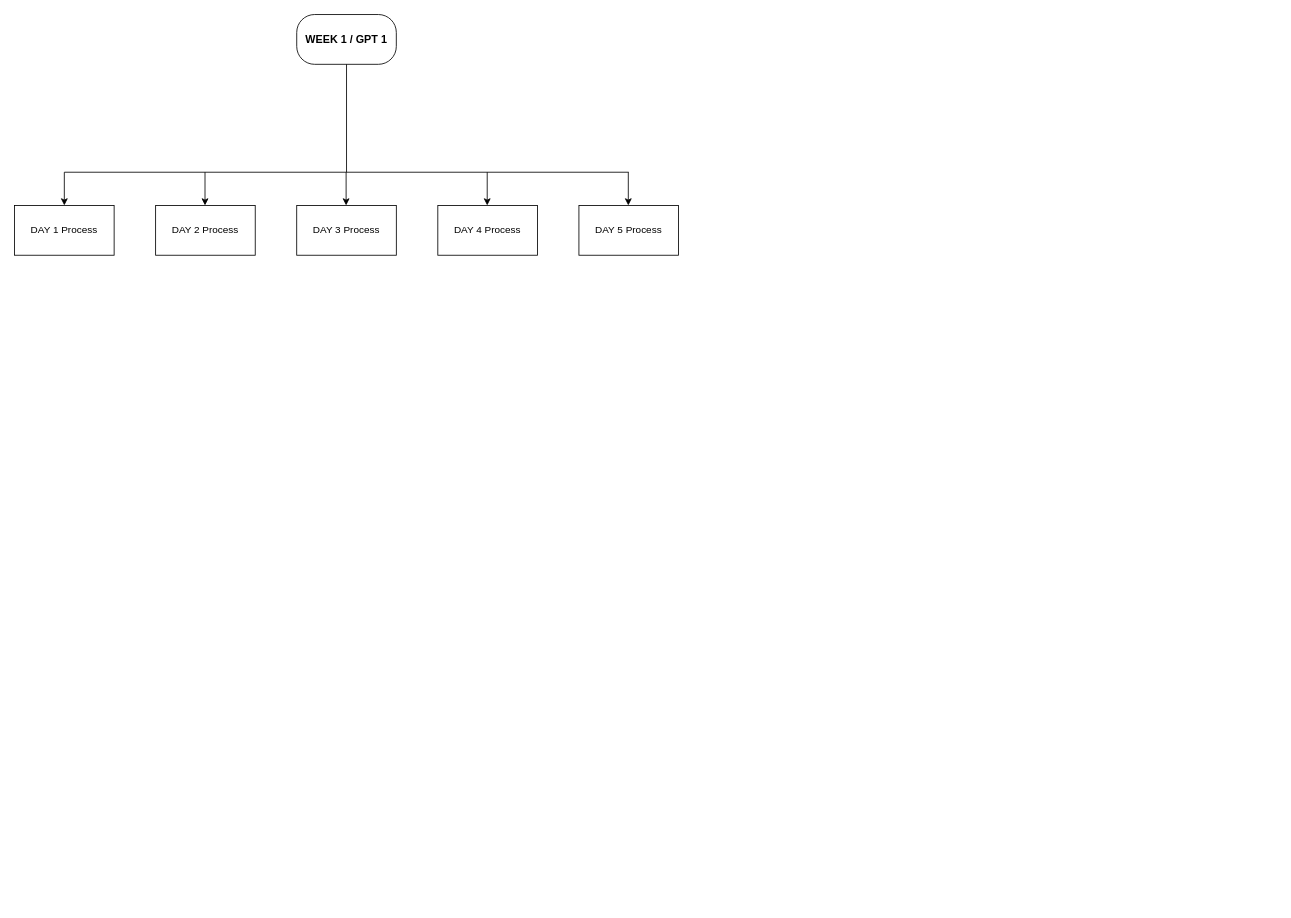
The draw.io diagram Rajesh workflow.drawio in alexander01202/flowcharts, before the edit. Source tidied: cells renumbered, new cells numbered last; positions are measured from the earlier drawing's top-left corner, leaving out a move shared by most shapes. Both pictures are drawn from the tidied source at 83%, with x=0, y=0 at pixel (14, 14).
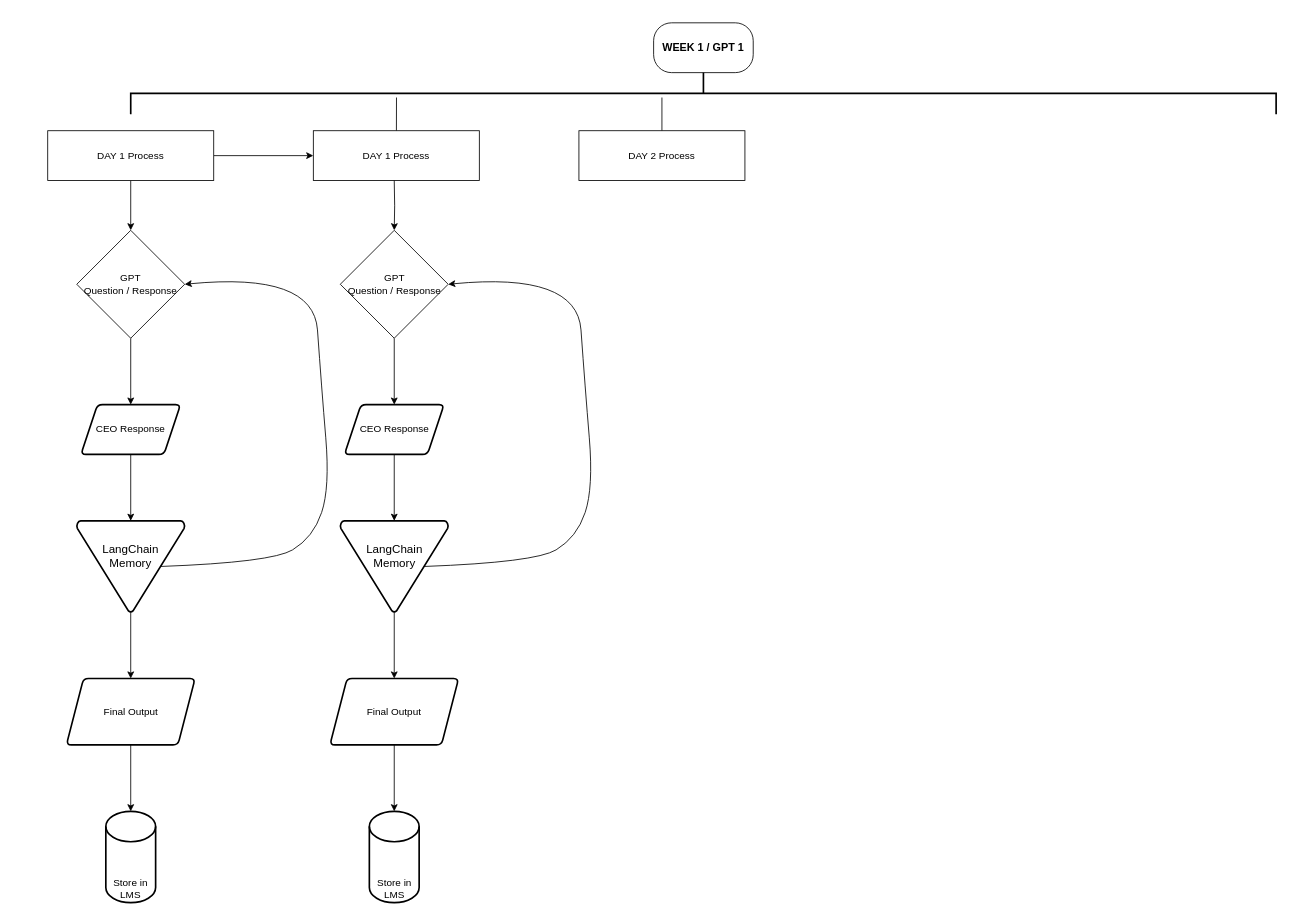
After the change.

Change to the diagram source:
```diff
@@
     <mxCell id="2" value="&lt;font style=&quot;font-size: 13px;&quot;&gt;&lt;b&gt;WEEK 1 / GPT 1&lt;/b&gt;&lt;/font&gt;" style="rounded=1;whiteSpace=wrap;html=1;arcSize=36;" parent="1" vertex="1">
-      <mxGeometry x="340" width="120" height="60" as="geometry" />
+      <mxGeometry x="770" y="10" width="120" height="60" as="geometry" />
     </mxCell>
+    <mxCell id="15" style="edgeStyle=orthogonalEdgeStyle;rounded=0;jettySize=auto;html=1;" parent="1" edge="1" source="3" target="18">
+      <mxGeometry relative="1" as="geometry" />
+    </mxCell>
+    <mxCell id="16" style="edgeStyle=orthogonalEdgeStyle;rounded=0;jettySize=auto;html=1;" parent="1" edge="1" source="3" target="30">
+      <mxGeometry relative="1" as="geometry" />
+    </mxCell>
     <mxCell id="3" value="DAY 1 Process" style="rounded=0;whiteSpace=wrap;html=1;" parent="1" vertex="1">
-      <mxGeometry y="230" width="120" height="60" as="geometry" />
+      <mxGeometry x="40" y="140" width="200" height="60" as="geometry" />
     </mxCell>
-    <mxCell id="4" style="endArrow=none;html=1;rounded=0;" parent="1" edge="1">
-      <mxGeometry relative="1" as="geometry">
-        <mxPoint x="60" y="190" as="sourcePoint" />
-        <mxPoint x="740" y="190" as="targetPoint" />
-      </mxGeometry>
-    </mxCell>
-    <mxCell id="5" style="endArrow=classic;html=1;rounded=0;entryX=0.5;entryY=0;entryDx=0;entryDy=0;" parent="1" edge="1" target="3">
-      <mxGeometry relative="1" as="geometry">
-        <mxPoint x="60" y="190" as="sourcePoint" />
-      </mxGeometry>
-    </mxCell>
-    <mxCell id="6" style="endArrow=classic;html=1;rounded=0;" parent="1" edge="1">
-      <mxGeometry relative="1" as="geometry">
-        <mxPoint x="229.5" y="190" as="sourcePoint" />
-        <mxPoint x="229.5" y="230" as="targetPoint" />
-      </mxGeometry>
-    </mxCell>
+    <mxCell id="17" style="edgeStyle=orthogonalEdgeStyle;rounded=0;jettySize=auto;html=1;" parent="1" edge="1" source="18" target="19">
+      <mxGeometry relative="1" as="geometry" />
+    </mxCell>
+    <mxCell id="18" value="GPT&lt;br&gt;Question / Response" style="rhombus;whiteSpace=wrap;html=1;rounded=0;" parent="1" vertex="1">
+      <mxGeometry x="75" y="260" width="130" height="130" as="geometry" />
+    </mxCell>
+    <mxCell id="19" value="CEO Response" style="shape=parallelogram;whiteSpace=wrap;html=1;fixedSize=1;rounded=1;strokeWidth=2;perimeter=parallelogramPerimeter;arcSize=12;size=20;" parent="1" vertex="1">
+      <mxGeometry x="80" y="470" width="120" height="60" as="geometry" />
+    </mxCell>
+    <mxCell id="20" style="edgeStyle=orthogonalEdgeStyle;rounded=0;jettySize=auto;html=1;" parent="1" edge="1" source="19" target="22">
+      <mxGeometry relative="1" as="geometry" />
+    </mxCell>
+    <mxCell id="21" style="edgeStyle=orthogonalEdgeStyle;rounded=0;jettySize=auto;html=1;" parent="1" edge="1" source="22" target="25">
+      <mxGeometry relative="1" as="geometry" />
+    </mxCell>
+    <mxCell id="22" value="&lt;font style=&quot;font-size: 14px;&quot;&gt;LangChain&lt;br&gt;Memory&lt;/font&gt;" style="strokeWidth=2;html=1;shape=mxgraph.flowchart.merge_or_storage;whiteSpace=wrap;verticalAlign=middle;spacingBottom=26;" parent="1" vertex="1">
+      <mxGeometry x="75" y="610" width="130" height="110" as="geometry" />
+    </mxCell>
+    <mxCell id="23" style="curved=1;endArrow=classic;html=1;rounded=0;exitX=0.777;exitY=0.5;exitDx=0;exitDy=0;exitPerimeter=0;entryX=1;entryY=0.5;entryDx=0;entryDy=0;" parent="1" edge="1" source="22" target="18">
+      <mxGeometry relative="1" as="geometry">
+        <Array as="points">
+          <mxPoint x="310" y="660" />
+          <mxPoint x="360" y="630" />
+          <mxPoint x="380" y="570" />
+          <mxPoint x="370" y="450" />
+          <mxPoint x="360" y="310" />
+        </Array>
+      </mxGeometry>
+    </mxCell>
+    <mxCell id="24" style="edgeStyle=orthogonalEdgeStyle;rounded=0;jettySize=auto;html=1;" parent="1" edge="1" source="25" target="26">
+      <mxGeometry relative="1" as="geometry" />
+    </mxCell>
+    <mxCell id="25" value="Final Output" style="shape=parallelogram;html=1;strokeWidth=2;perimeter=parallelogramPerimeter;whiteSpace=wrap;rounded=1;arcSize=12;size=0.13306451612903225;" parent="1" vertex="1">
+      <mxGeometry x="62.5" y="800" width="155" height="80" as="geometry" />
+    </mxCell>
+    <mxCell id="26" value="Store in LMS" style="strokeWidth=2;html=1;shape=mxgraph.flowchart.database;whiteSpace=wrap;verticalAlign=bottom;" parent="1" vertex="1">
+      <mxGeometry x="110" y="960" width="60" height="110" as="geometry" />
+    </mxCell>
+    <mxCell id="27" style="endArrow=none;html=1;rounded=0;entryX=0.6;entryY=0.768;entryDx=0;entryDy=0;entryPerimeter=0;" parent="1" edge="1">
+      <mxGeometry relative="1" as="geometry">
+        <mxPoint x="460.1" y="140" as="sourcePoint" />
+        <mxPoint x="460.2" y="100" as="targetPoint" />
+      </mxGeometry>
+    </mxCell>
+    <mxCell id="28" style="endArrow=none;html=1;rounded=0;entryX=0.6;entryY=0.768;entryDx=0;entryDy=0;entryPerimeter=0;" parent="1" edge="1" source="7">
+      <mxGeometry relative="1" as="geometry">
+        <mxPoint x="780" y="100" as="targetPoint" />
+      </mxGeometry>
+    </mxCell>
     <mxCell id="7" value="DAY 2 Process" style="rounded=0;whiteSpace=wrap;html=1;" parent="1" vertex="1">
-      <mxGeometry x="170" y="230" width="120" height="60" as="geometry" />
+      <mxGeometry x="680" y="140" width="200" height="60" as="geometry" />
     </mxCell>
-    <mxCell id="8" style="endArrow=classic;html=1;rounded=0;" parent="1" edge="1">
-      <mxGeometry relative="1" as="geometry">
-        <mxPoint x="399.5" y="190" as="sourcePoint" />
-        <mxPoint x="399.5" y="230" as="targetPoint" />
-      </mxGeometry>
-    </mxCell>
-    <mxCell id="9" value="DAY 3 Process" style="rounded=0;whiteSpace=wrap;html=1;" parent="1" vertex="1">
-      <mxGeometry x="340" y="230" width="120" height="60" as="geometry" />
-    </mxCell>
-    <mxCell id="10" style="endArrow=classic;html=1;rounded=0;" parent="1" edge="1">
-      <mxGeometry relative="1" as="geometry">
-        <mxPoint x="569.5" y="190" as="sourcePoint" />
-        <mxPoint x="569.5" y="230" as="targetPoint" />
-      </mxGeometry>
-    </mxCell>
-    <mxCell id="11" value="DAY 4 Process" style="rounded=0;whiteSpace=wrap;html=1;" parent="1" vertex="1">
-      <mxGeometry x="510" y="230" width="120" height="60" as="geometry" />
-    </mxCell>
-    <mxCell id="12" style="endArrow=classic;html=1;rounded=0;" parent="1" edge="1">
-      <mxGeometry relative="1" as="geometry">
-        <mxPoint x="739.5" y="190" as="sourcePoint" />
-        <mxPoint x="739.5" y="230" as="targetPoint" />
-      </mxGeometry>
-    </mxCell>
-    <mxCell id="13" value="DAY 5 Process" style="rounded=0;whiteSpace=wrap;html=1;" parent="1" vertex="1">
-      <mxGeometry x="680" y="230" width="120" height="60" as="geometry" />
-    </mxCell>
-    <mxCell id="14" style="endArrow=none;html=1;rounded=0;entryX=0.5;entryY=1;entryDx=0;entryDy=0;" parent="1" edge="1" target="2">
-      <mxGeometry relative="1" as="geometry">
-        <mxPoint x="400" y="190" as="sourcePoint" />
-      </mxGeometry>
-    </mxCell>
+    <mxCell id="29" style="strokeWidth=2;html=1;shape=mxgraph.flowchart.annotation_2;align=left;labelPosition=right;direction=south;" parent="1" vertex="1">
+      <mxGeometry x="140" y="70" width="1380" height="50" as="geometry" />
+    </mxCell>
+    <mxCell id="30" value="DAY 1 Process" style="rounded=0;whiteSpace=wrap;html=1;" parent="1" vertex="1">
+      <mxGeometry x="360" y="140" width="200" height="60" as="geometry" />
+    </mxCell>
+    <mxCell id="31" style="edgeStyle=orthogonalEdgeStyle;rounded=0;jettySize=auto;html=1;" parent="1" edge="1" source="39" target="32">
+      <mxGeometry relative="1" as="geometry" />
+    </mxCell>
+    <mxCell id="32" value="CEO Response" style="shape=parallelogram;whiteSpace=wrap;html=1;fixedSize=1;rounded=1;strokeWidth=2;perimeter=parallelogramPerimeter;arcSize=12;size=20;" parent="1" vertex="1">
+      <mxGeometry x="397.5" y="470" width="120" height="60" as="geometry" />
+    </mxCell>
+    <mxCell id="33" style="edgeStyle=orthogonalEdgeStyle;rounded=0;jettySize=auto;html=1;" parent="1" edge="1" source="32" target="35">
+      <mxGeometry relative="1" as="geometry" />
+    </mxCell>
+    <mxCell id="34" style="edgeStyle=orthogonalEdgeStyle;rounded=0;jettySize=auto;html=1;" parent="1" edge="1" source="35" target="37">
+      <mxGeometry relative="1" as="geometry" />
+    </mxCell>
+    <mxCell id="35" value="&lt;font style=&quot;font-size: 14px;&quot;&gt;LangChain&lt;br&gt;Memory&lt;/font&gt;" style="strokeWidth=2;html=1;shape=mxgraph.flowchart.merge_or_storage;whiteSpace=wrap;verticalAlign=middle;spacingBottom=26;" parent="1" vertex="1">
+      <mxGeometry x="392.5" y="610" width="130" height="110" as="geometry" />
+    </mxCell>
+    <mxCell id="36" style="edgeStyle=orthogonalEdgeStyle;rounded=0;jettySize=auto;html=1;" parent="1" edge="1" source="37" target="41">
+      <mxGeometry relative="1" as="geometry" />
+    </mxCell>
+    <mxCell id="37" value="Final Output" style="shape=parallelogram;html=1;strokeWidth=2;perimeter=parallelogramPerimeter;whiteSpace=wrap;rounded=1;arcSize=12;size=0.13306451612903225;" parent="1" vertex="1">
+      <mxGeometry x="380" y="800" width="155" height="80" as="geometry" />
+    </mxCell>
+    <mxCell id="38" style="curved=1;endArrow=classic;html=1;rounded=0;exitX=0.777;exitY=0.5;exitDx=0;exitDy=0;exitPerimeter=0;entryX=1;entryY=0.5;entryDx=0;entryDy=0;" parent="1" edge="1" source="35" target="39">
+      <mxGeometry relative="1" as="geometry">
+        <Array as="points">
+          <mxPoint x="627.5" y="660" />
+          <mxPoint x="677.5" y="630" />
+          <mxPoint x="697.5" y="570" />
+          <mxPoint x="687.5" y="450" />
+          <mxPoint x="677.5" y="310" />
+        </Array>
+      </mxGeometry>
+    </mxCell>
+    <mxCell id="39" value="GPT&lt;br&gt;Question / Response" style="rhombus;whiteSpace=wrap;html=1;rounded=0;" parent="1" vertex="1">
+      <mxGeometry x="392.5" y="260" width="130" height="130" as="geometry" />
+    </mxCell>
+    <mxCell id="40" style="edgeStyle=orthogonalEdgeStyle;rounded=0;jettySize=auto;html=1;" parent="1" edge="1" target="39">
+      <mxGeometry relative="1" as="geometry">
+        <mxPoint x="457.5" y="200" as="sourcePoint" />
+      </mxGeometry>
+    </mxCell>
+    <mxCell id="41" value="Store in LMS" style="strokeWidth=2;html=1;shape=mxgraph.flowchart.database;whiteSpace=wrap;verticalAlign=bottom;" parent="1" vertex="1">
+      <mxGeometry x="427.5" y="960" width="60" height="110" as="geometry" />
+    </mxCell>
```
